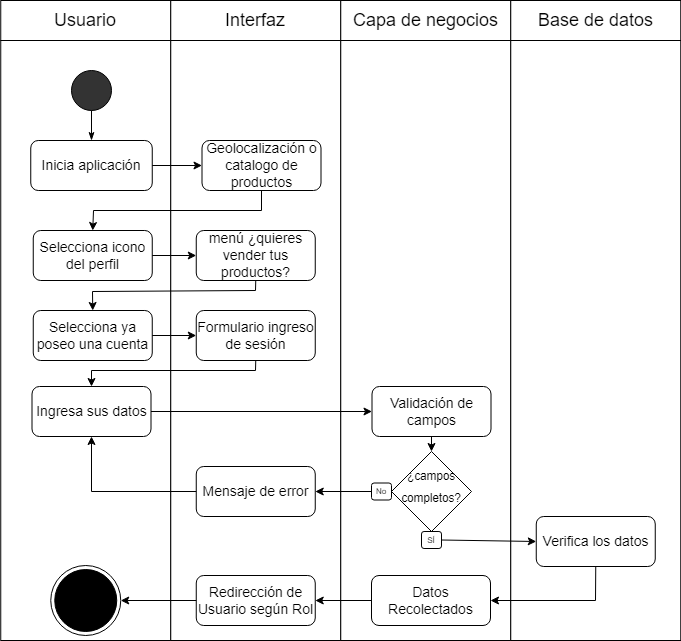
Before: Fase 2/Evidencias Proyecto/Evidencias de documentación/Diagramas/3) Diagrama de Actividad/11)Act_Inicio_Sesión.drawio.png, a diagram exported from draw.io (SoyElMato1/Grupo4-GreenMarket). Source tidied: cells renumbered, new cells last; positions are measured from the earlier drawing's top-left corner, leaving out a move shared by most shapes.
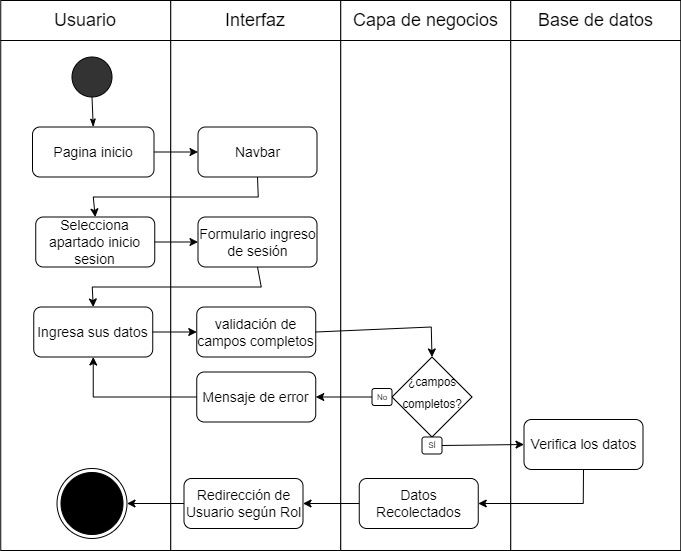
After the change.

Diff of the diagram source:
```diff
@@ -42,130 +42,36 @@
       <mxGeometry x="7.5" y="5" width="155" height="30" as="geometry" />
     </mxCell>
     <mxCell id="15" style="rounded=0;whiteSpace=wrap;html=1;" parent="1" vertex="1">
-      <mxGeometry x="0.2" y="40" width="170" height="600" as="geometry" />
+      <mxGeometry x="0.2" y="40" width="170" height="510" as="geometry" />
     </mxCell>
     <mxCell id="16" style="rounded=0;whiteSpace=wrap;html=1;" parent="1" vertex="1">
-      <mxGeometry x="170.2" y="40" width="170" height="600" as="geometry" />
+      <mxGeometry x="170.2" y="40" width="170" height="510" as="geometry" />
     </mxCell>
     <mxCell id="17" style="rounded=0;whiteSpace=wrap;html=1;" parent="1" vertex="1">
-      <mxGeometry x="340.2" y="40" width="170" height="600" as="geometry" />
+      <mxGeometry x="340.2" y="40" width="170" height="510" as="geometry" />
     </mxCell>
     <mxCell id="18" style="rounded=0;whiteSpace=wrap;html=1;" parent="1" vertex="1">
-      <mxGeometry x="510.2" y="40" width="170" height="600" as="geometry" />
+      <mxGeometry x="510.2" y="40" width="170" height="510" as="geometry" />
     </mxCell>
-    <mxCell id="19" style="ellipse;whiteSpace=wrap;html=1;fontSize=18;fillColor=#333333;" parent="1" vertex="1">
-      <mxGeometry x="71" y="70" width="40" height="40" as="geometry" />
-    </mxCell>
-    <mxCell id="20" value="Inicia aplicación" style="rounded=1;whiteSpace=wrap;html=1;fontSize=14;" parent="1" vertex="1">
-      <mxGeometry x="30.2" y="140" width="121.5" height="50" as="geometry" />
-    </mxCell>
-    <mxCell id="21" style="endArrow=none;html=1;rounded=0;fontSize=18;entryX=0.5;entryY=1;entryDx=0;entryDy=0;exitX=0.5;exitY=0;exitDx=0;exitDy=0;startArrow=classicThin;startFill=1;" parent="1" edge="1" source="20" target="19">
-      <mxGeometry relative="1" as="geometry" />
-    </mxCell>
-    <mxCell id="22" value="Geolocalización o catalogo de productos" style="rounded=1;whiteSpace=wrap;html=1;fontSize=14;" parent="1" vertex="1">
-      <mxGeometry x="201.5" y="140" width="119" height="50" as="geometry" />
-    </mxCell>
-    <mxCell id="23" style="endArrow=classic;html=1;rounded=0;exitX=1;exitY=0.5;exitDx=0;exitDy=0;entryX=0;entryY=0.5;entryDx=0;entryDy=0;" parent="1" edge="1" source="20" target="22">
-      <mxGeometry relative="1" as="geometry" />
-    </mxCell>
-    <mxCell id="24" value="Selecciona icono del perfil" style="rounded=1;whiteSpace=wrap;html=1;fontSize=14;" parent="1" vertex="1">
-      <mxGeometry x="32.8" y="230" width="119" height="50" as="geometry" />
-    </mxCell>
-    <mxCell id="25" style="endArrow=classic;html=1;rounded=0;entryX=0.5;entryY=0;entryDx=0;entryDy=0;exitX=0.5;exitY=1;exitDx=0;exitDy=0;" parent="1" edge="1" source="22" target="24">
-      <mxGeometry relative="1" as="geometry">
-        <Array as="points">
-          <mxPoint x="261" y="210" />
-          <mxPoint x="93" y="210" />
-        </Array>
-      </mxGeometry>
-    </mxCell>
-    <mxCell id="26" value="menú ¿quieres vender tus productos?" style="rounded=1;whiteSpace=wrap;html=1;fontSize=14;" parent="1" vertex="1">
-      <mxGeometry x="195.8" y="230" width="119" height="50" as="geometry" />
-    </mxCell>
-    <mxCell id="27" style="endArrow=classic;html=1;rounded=0;exitX=1;exitY=0.5;exitDx=0;exitDy=0;entryX=0;entryY=0.5;entryDx=0;entryDy=0;" parent="1" edge="1" source="24" target="26">
-      <mxGeometry relative="1" as="geometry" />
-    </mxCell>
-    <mxCell id="28" value="Selecciona ya poseo una cuenta" style="rounded=1;whiteSpace=wrap;html=1;fontSize=14;" parent="1" vertex="1">
-      <mxGeometry x="32.8" y="310" width="119" height="50" as="geometry" />
-    </mxCell>
-    <mxCell id="29" style="endArrow=classic;html=1;rounded=0;entryX=0.5;entryY=0;entryDx=0;entryDy=0;exitX=0.5;exitY=1;exitDx=0;exitDy=0;" parent="1" edge="1" source="26" target="28">
-      <mxGeometry relative="1" as="geometry">
-        <Array as="points">
-          <mxPoint x="255" y="290" />
-          <mxPoint x="92" y="291" />
-        </Array>
-      </mxGeometry>
-    </mxCell>
-    <mxCell id="30" value="Formulario ingreso de sesión" style="rounded=1;whiteSpace=wrap;html=1;fontSize=14;" parent="1" vertex="1">
-      <mxGeometry x="195.8" y="310" width="119" height="50" as="geometry" />
-    </mxCell>
-    <mxCell id="31" style="endArrow=classic;html=1;rounded=0;exitX=1;exitY=0.5;exitDx=0;exitDy=0;entryX=0;entryY=0.5;entryDx=0;entryDy=0;" parent="1" edge="1" source="28" target="30">
-      <mxGeometry relative="1" as="geometry" />
-    </mxCell>
-    <mxCell id="32" style="group;" parent="1" vertex="1">
-      <mxGeometry x="371" y="451" width="100" height="97" as="geometry" />
-    </mxCell>
-    <mxCell id="33" value="&lt;font style=&quot;line-height: 0; font-size: 14px;&quot;&gt;&lt;sup style=&quot;&quot;&gt;¿campos completos?&lt;/sup&gt;&lt;/font&gt;" style="rhombus;whiteSpace=wrap;html=1;fontSize=18;fillColor=#FFFFFF;align=center;" parent="32" vertex="1">
-      <mxGeometry x="20" width="80" height="80" as="geometry" />
-    </mxCell>
-    <mxCell id="34" value="No" style="rounded=1;whiteSpace=wrap;html=1;fontSize=8;fillColor=#FFFFFF;" parent="32" vertex="1">
-      <mxGeometry y="31.5" width="20" height="17" as="geometry" />
-    </mxCell>
-    <mxCell id="35" value="SÍ" style="rounded=1;whiteSpace=wrap;html=1;fontSize=8;fillColor=#FFFFFF;" parent="32" vertex="1">
-      <mxGeometry x="50" y="80" width="20" height="17" as="geometry" />
-    </mxCell>
     <mxCell id="36" value="Verifica los datos" style="rounded=1;whiteSpace=wrap;html=1;fontSize=14;" parent="1" vertex="1">
-      <mxGeometry x="535.8" y="516" width="119" height="50" as="geometry" />
+      <mxGeometry x="523.5" y="419" width="119" height="50" as="geometry" />
     </mxCell>
-    <mxCell id="37" value="Mensaje de error" style="rounded=1;whiteSpace=wrap;html=1;fontSize=14;" parent="1" vertex="1">
-      <mxGeometry x="195.8" y="466" width="119" height="50" as="geometry" />
-    </mxCell>
-    <mxCell id="38" style="endArrow=classic;html=1;rounded=0;entryX=1;entryY=0.5;entryDx=0;entryDy=0;exitX=0;exitY=0.5;exitDx=0;exitDy=0;" parent="1" edge="1" source="34" target="37">
-      <mxGeometry relative="1" as="geometry" />
-    </mxCell>
     <mxCell id="39" value="Redirección de Usuario según Rol" style="rounded=1;whiteSpace=wrap;html=1;fontSize=14;" parent="1" vertex="1">
-      <mxGeometry x="195.8" y="575" width="119" height="50" as="geometry" />
+      <mxGeometry x="183.5" y="478" width="119" height="50" as="geometry" />
     </mxCell>
     <mxCell id="40" style="endArrow=classic;html=1;rounded=0;exitX=0;exitY=0.5;exitDx=0;exitDy=0;entryX=1;entryY=0.5;entryDx=0;entryDy=0;" parent="1" edge="1" source="39" target="41">
       <mxGeometry relative="1" as="geometry" />
     </mxCell>
     <mxCell id="41" style="ellipse;html=1;shape=endState;fillColor=#000000;strokeColor=#000000;" parent="1" vertex="1">
-      <mxGeometry x="50.2" y="565" width="70" height="70" as="geometry" />
+      <mxGeometry x="56.5" y="468" width="70" height="70" as="geometry" />
     </mxCell>
-    <mxCell id="42" value="Ingresa sus datos" style="rounded=1;whiteSpace=wrap;html=1;fontSize=14;" parent="1" vertex="1">
-      <mxGeometry x="31.5" y="386" width="119" height="50" as="geometry" />
-    </mxCell>
-    <mxCell id="43" style="endArrow=classic;html=1;rounded=0;exitX=0.5;exitY=1;exitDx=0;exitDy=0;entryX=0.5;entryY=0;entryDx=0;entryDy=0;" parent="1" edge="1" source="30" target="42">
-      <mxGeometry relative="1" as="geometry">
-        <Array as="points">
-          <mxPoint x="255" y="370" />
-          <mxPoint x="91" y="370" />
-        </Array>
-      </mxGeometry>
-    </mxCell>
-    <mxCell id="44" value="Validación de campos" style="rounded=1;whiteSpace=wrap;html=1;fontSize=14;" parent="1" vertex="1">
-      <mxGeometry x="371.5" y="386" width="119" height="50" as="geometry" />
-    </mxCell>
-    <mxCell id="45" style="endArrow=classic;html=1;rounded=0;exitX=1;exitY=0.5;exitDx=0;exitDy=0;entryX=0;entryY=0.5;entryDx=0;entryDy=0;" parent="1" edge="1" source="42" target="44">
-      <mxGeometry relative="1" as="geometry" />
-    </mxCell>
-    <mxCell id="46" style="endArrow=classic;html=1;rounded=0;exitX=0.5;exitY=1;exitDx=0;exitDy=0;entryX=0.5;entryY=0;entryDx=0;entryDy=0;" parent="1" edge="1" source="44" target="33">
-      <mxGeometry relative="1" as="geometry" />
-    </mxCell>
-    <mxCell id="47" style="endArrow=classic;html=1;rounded=0;exitX=0;exitY=0.5;exitDx=0;exitDy=0;entryX=0.5;entryY=1;entryDx=0;entryDy=0;" parent="1" edge="1" source="37" target="42">
-      <mxGeometry relative="1" as="geometry">
-        <Array as="points">
-          <mxPoint x="91" y="491" />
-        </Array>
-      </mxGeometry>
-    </mxCell>
     <mxCell id="48" value="Datos Recolectados" style="rounded=1;whiteSpace=wrap;html=1;fontSize=14;" parent="1" vertex="1">
-      <mxGeometry x="371" y="575" width="119" height="50" as="geometry" />
+      <mxGeometry x="358.8" y="478" width="119" height="50" as="geometry" />
     </mxCell>
     <mxCell id="49" style="endArrow=classic;html=1;rounded=0;exitX=0.5;exitY=1;exitDx=0;exitDy=0;entryX=1;entryY=0.5;entryDx=0;entryDy=0;" parent="1" edge="1" source="36" target="48">
       <mxGeometry relative="1" as="geometry">
         <Array as="points">
-          <mxPoint x="595" y="600" />
+          <mxPoint x="582.8" y="503" />
         </Array>
       </mxGeometry>
     </mxCell>
@@ -175,5 +81,86 @@
     <mxCell id="51" style="endArrow=classic;html=1;rounded=0;exitX=1;exitY=0.5;exitDx=0;exitDy=0;entryX=0;entryY=0.5;entryDx=0;entryDy=0;" parent="1" edge="1" source="35" target="36">
       <mxGeometry relative="1" as="geometry" />
     </mxCell>
+    <mxCell id="52" style="ellipse;whiteSpace=wrap;html=1;fontSize=18;fillColor=#333333;" parent="1" vertex="1">
+      <mxGeometry x="71.5" y="56.5" width="40" height="40" as="geometry" />
+    </mxCell>
+    <mxCell id="53" style="endArrow=none;html=1;rounded=0;fontSize=18;entryX=0.5;entryY=1;entryDx=0;entryDy=0;exitX=0.5;exitY=0;exitDx=0;exitDy=0;startArrow=classicThin;startFill=1;" parent="1" edge="1" source="58" target="52">
+      <mxGeometry relative="1" as="geometry" />
+    </mxCell>
+    <mxCell id="30" value="Formulario ingreso de sesión" style="rounded=1;whiteSpace=wrap;html=1;fontSize=14;" parent="1" vertex="1">
+      <mxGeometry x="197.5" y="216.5" width="119" height="50" as="geometry" />
+    </mxCell>
+    <mxCell id="54" style="group;" parent="1" vertex="1">
+      <mxGeometry x="371.5" y="356.5" width="100" height="97" as="geometry" />
+    </mxCell>
+    <mxCell id="33" value="&lt;font style=&quot;line-height: 0; font-size: 14px;&quot;&gt;&lt;sup style=&quot;&quot;&gt;¿campos completos?&lt;/sup&gt;&lt;/font&gt;" style="rhombus;whiteSpace=wrap;html=1;fontSize=18;fillColor=#FFFFFF;align=center;" parent="54" vertex="1">
+      <mxGeometry x="20" width="80" height="80" as="geometry" />
+    </mxCell>
+    <mxCell id="34" value="No" style="rounded=1;whiteSpace=wrap;html=1;fontSize=8;fillColor=#FFFFFF;" parent="54" vertex="1">
+      <mxGeometry y="31.5" width="20" height="17" as="geometry" />
+    </mxCell>
+    <mxCell id="35" value="SÍ" style="rounded=1;whiteSpace=wrap;html=1;fontSize=8;fillColor=#FFFFFF;" parent="54" vertex="1">
+      <mxGeometry x="50" y="80" width="20" height="17" as="geometry" />
+    </mxCell>
+    <mxCell id="37" value="Mensaje de error" style="rounded=1;whiteSpace=wrap;html=1;fontSize=14;" parent="1" vertex="1">
+      <mxGeometry x="196.2" y="371.5" width="119" height="50" as="geometry" />
+    </mxCell>
+    <mxCell id="38" style="endArrow=classic;html=1;rounded=0;entryX=1;entryY=0.5;entryDx=0;entryDy=0;exitX=0;exitY=0.5;exitDx=0;exitDy=0;" parent="1" edge="1" source="34" target="37">
+      <mxGeometry relative="1" as="geometry" />
+    </mxCell>
+    <mxCell id="42" value="Ingresa sus datos" style="rounded=1;whiteSpace=wrap;html=1;fontSize=14;" parent="1" vertex="1">
+      <mxGeometry x="33.2" y="306.5" width="119" height="50" as="geometry" />
+    </mxCell>
+    <mxCell id="43" style="endArrow=classic;html=1;rounded=0;exitX=0.5;exitY=1;exitDx=0;exitDy=0;entryX=0.5;entryY=0;entryDx=0;entryDy=0;" parent="1" edge="1" source="30" target="42">
+      <mxGeometry relative="1" as="geometry">
+        <Array as="points">
+          <mxPoint x="260.8" y="286.5" />
+          <mxPoint x="91.8" y="286.5" />
+        </Array>
+      </mxGeometry>
+    </mxCell>
+    <mxCell id="55" value="validación de campos completos" style="rounded=1;whiteSpace=wrap;html=1;fontSize=14;" parent="1" vertex="1">
+      <mxGeometry x="196.2" y="306.5" width="119" height="50" as="geometry" />
+    </mxCell>
+    <mxCell id="56" style="endArrow=classic;html=1;rounded=0;exitX=1;exitY=0.5;exitDx=0;exitDy=0;entryX=0;entryY=0.5;entryDx=0;entryDy=0;" parent="1" edge="1" source="42" target="55">
+      <mxGeometry relative="1" as="geometry" />
+    </mxCell>
+    <mxCell id="57" style="endArrow=classic;html=1;rounded=0;exitX=1;exitY=0.5;exitDx=0;exitDy=0;entryX=0.5;entryY=0;entryDx=0;entryDy=0;" parent="1" edge="1" source="55" target="33">
+      <mxGeometry relative="1" as="geometry">
+        <Array as="points">
+          <mxPoint x="430.8" y="326.5" />
+        </Array>
+      </mxGeometry>
+    </mxCell>
+    <mxCell id="47" style="endArrow=classic;html=1;rounded=0;exitX=0;exitY=0.5;exitDx=0;exitDy=0;entryX=0.5;entryY=1;entryDx=0;entryDy=0;" parent="1" edge="1" source="37" target="42">
+      <mxGeometry relative="1" as="geometry">
+        <Array as="points">
+          <mxPoint x="92.8" y="396.5" />
+        </Array>
+      </mxGeometry>
+    </mxCell>
+    <mxCell id="58" value="Pagina inicio" style="rounded=1;whiteSpace=wrap;html=1;fontSize=14;" parent="1" vertex="1">
+      <mxGeometry x="32" y="126.5" width="121.5" height="50" as="geometry" />
+    </mxCell>
+    <mxCell id="59" value="Selecciona apartado inicio sesion" style="rounded=1;whiteSpace=wrap;html=1;fontSize=14;" parent="1" vertex="1">
+      <mxGeometry x="35.2" y="216.5" width="119" height="50" as="geometry" />
+    </mxCell>
+    <mxCell id="60" value="Navbar" style="rounded=1;whiteSpace=wrap;html=1;fontSize=14;" parent="1" vertex="1">
+      <mxGeometry x="197.5" y="126.5" width="119" height="50" as="geometry" />
+    </mxCell>
+    <mxCell id="61" style="endArrow=classic;html=1;rounded=0;exitX=0.5;exitY=1;exitDx=0;exitDy=0;entryX=0.5;entryY=0;entryDx=0;entryDy=0;" parent="1" edge="1" source="60" target="59">
+      <mxGeometry relative="1" as="geometry">
+        <Array as="points">
+          <mxPoint x="257.8" y="196.5" />
+          <mxPoint x="92.8" y="196.5" />
+        </Array>
+      </mxGeometry>
+    </mxCell>
+    <mxCell id="62" style="endArrow=classic;html=1;rounded=0;exitX=1;exitY=0.5;exitDx=0;exitDy=0;entryX=0;entryY=0.5;entryDx=0;entryDy=0;" parent="1" edge="1" source="59" target="30">
+      <mxGeometry relative="1" as="geometry" />
+    </mxCell>
+    <mxCell id="63" style="endArrow=classic;html=1;rounded=0;exitX=1;exitY=0.5;exitDx=0;exitDy=0;entryX=0;entryY=0.5;entryDx=0;entryDy=0;" parent="1" edge="1" source="58" target="60">
+      <mxGeometry relative="1" as="geometry" />
+    </mxCell>
   </root>
 </mxGraphModel>
```
